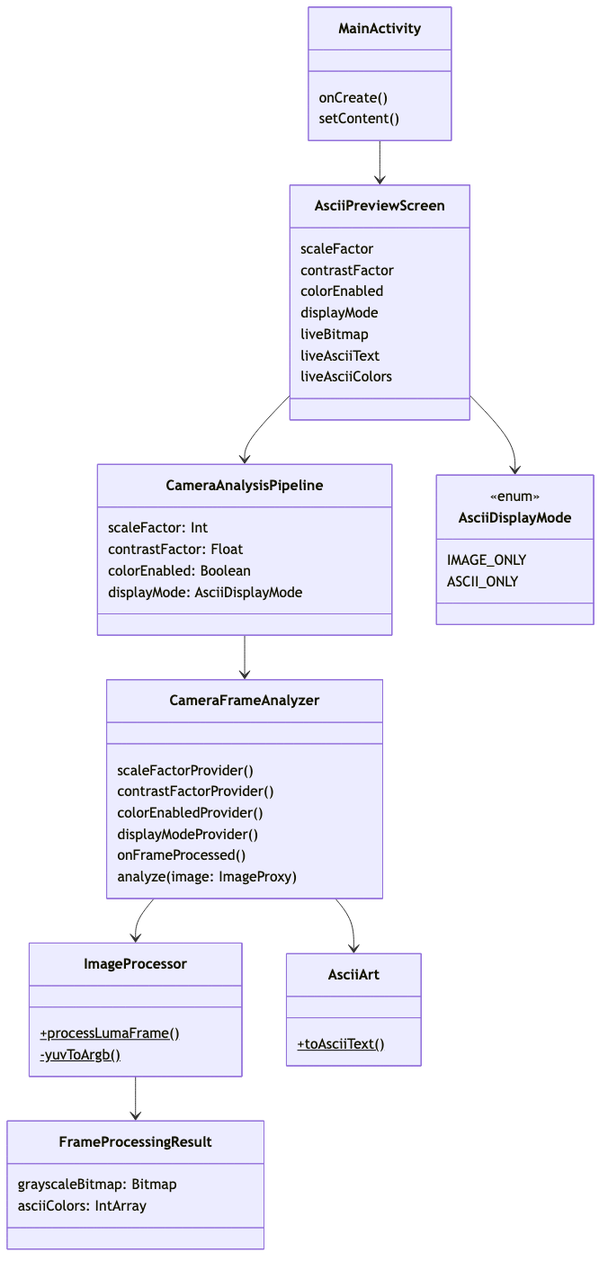
The Mermaid diagram docs/class-diagram.png in replicant1/AsciiArt, before a commit. Its source is kept beside it as docs/class-diagram.mmd.
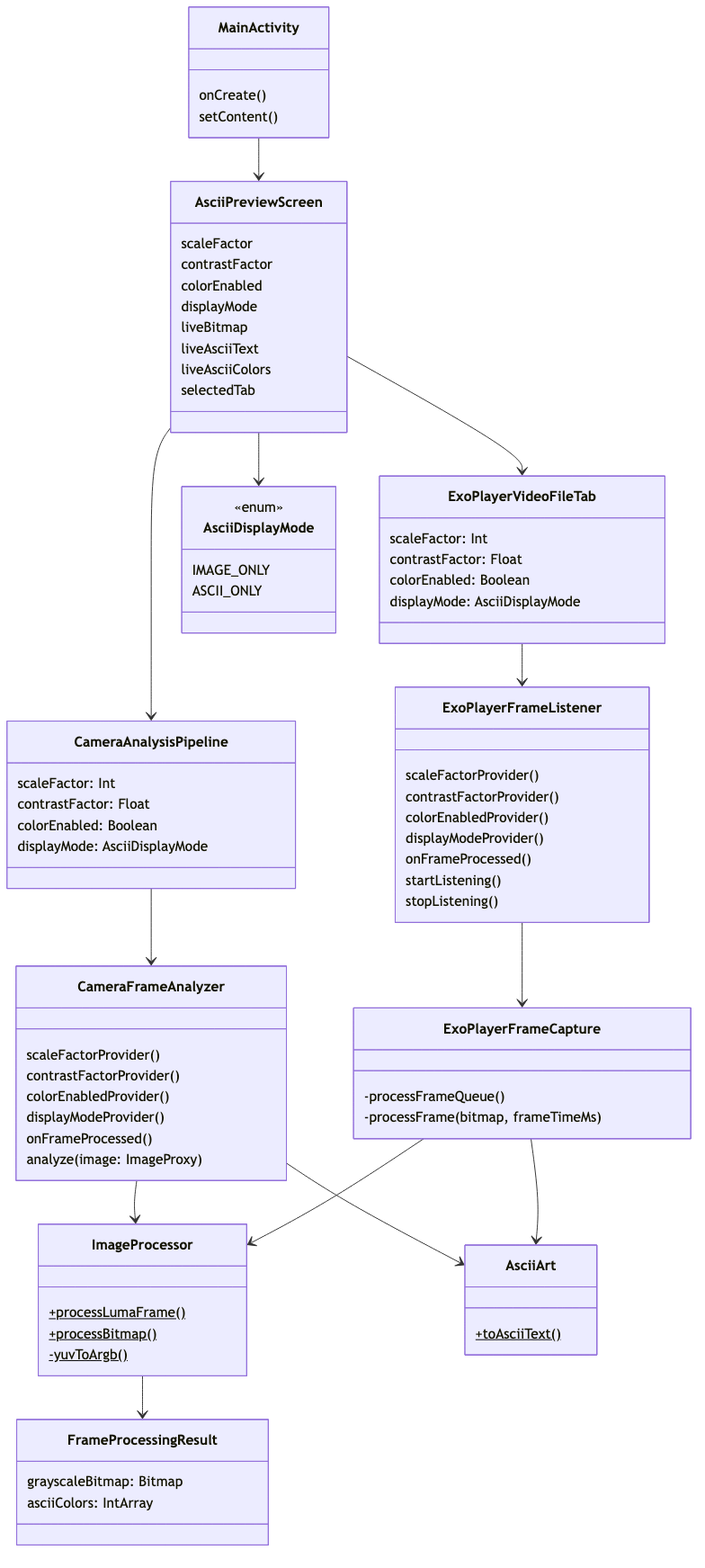
After the change.

Commit message:
Docs: Update README and architecture diagrams for video file feature

What changed in the source:
```diff
@@ -12,6 +12,7 @@
         liveBitmap
         liveAsciiText
         liveAsciiColors
+        selectedTab
     }
 
     class CameraAnalysisPipeline {
@@ -30,8 +31,31 @@
         analyze(image: ImageProxy)
     }
 
+    class ExoPlayerVideoFileTab {
+        scaleFactor: Int
+        contrastFactor: Float
+        colorEnabled: Boolean
+        displayMode: AsciiDisplayMode
+    }
+
+    class ExoPlayerFrameListener {
+        scaleFactorProvider()
+        contrastFactorProvider()
+        colorEnabledProvider()
+        displayModeProvider()
+        onFrameProcessed()
+        startListening()
+        stopListening()
+    }
+
+    class ExoPlayerFrameCapture {
+        -processFrameQueue()
+        -processFrame(bitmap, frameTimeMs)
+    }
+
     class ImageProcessor {
         +processLumaFrame()$
+        +processBitmap()$
         -yuvToArgb()$
     }
 
@@ -52,8 +76,13 @@
 
     MainActivity --> AsciiPreviewScreen
     AsciiPreviewScreen --> CameraAnalysisPipeline
+    AsciiPreviewScreen --> ExoPlayerVideoFileTab
     CameraAnalysisPipeline --> CameraFrameAnalyzer
     CameraFrameAnalyzer --> ImageProcessor
+    ExoPlayerVideoFileTab --> ExoPlayerFrameListener
+    ExoPlayerFrameListener --> ExoPlayerFrameCapture
+    ExoPlayerFrameCapture --> ImageProcessor
     ImageProcessor --> FrameProcessingResult
     CameraFrameAnalyzer --> AsciiArt
+    ExoPlayerFrameCapture --> AsciiArt
     AsciiPreviewScreen --> AsciiDisplayMode
```
